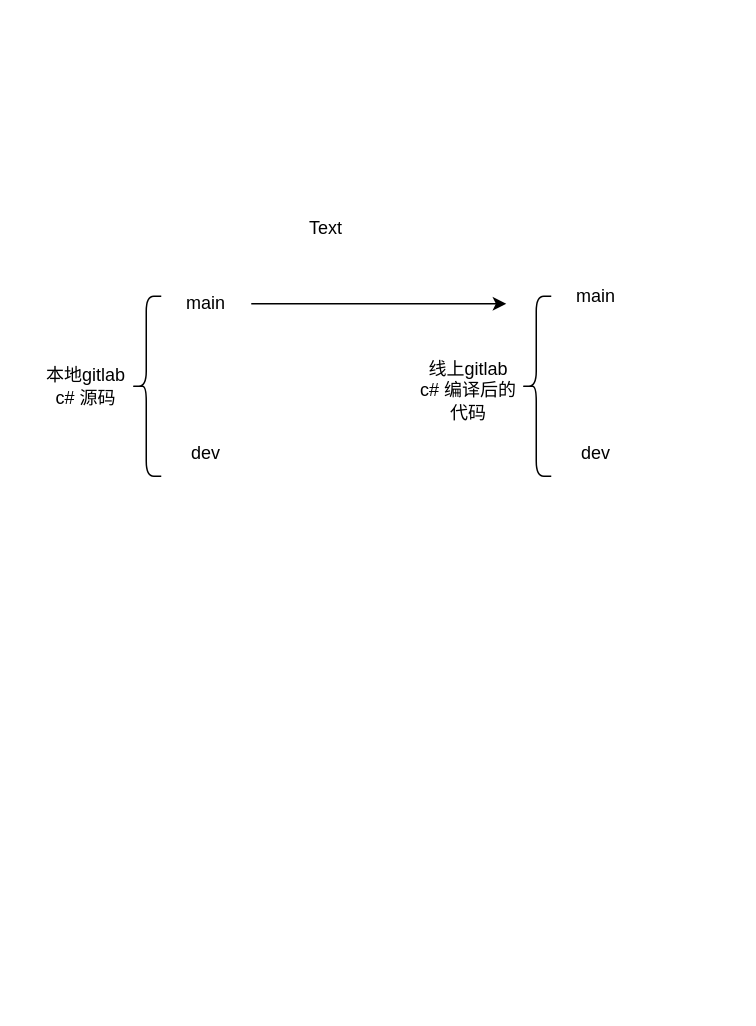
The draw.io diagram 勇士与冒险代码更新逻辑.drawio in aiopser/diagrams, before the edit. Source tidied: cells renumbered, new cells numbered last; positions are measured from the earlier drawing's top-left corner, leaving out a move shared by most shapes. Both pictures are drawn from the tidied source at 150%, with x=0, y=0 at pixel (40, 206).
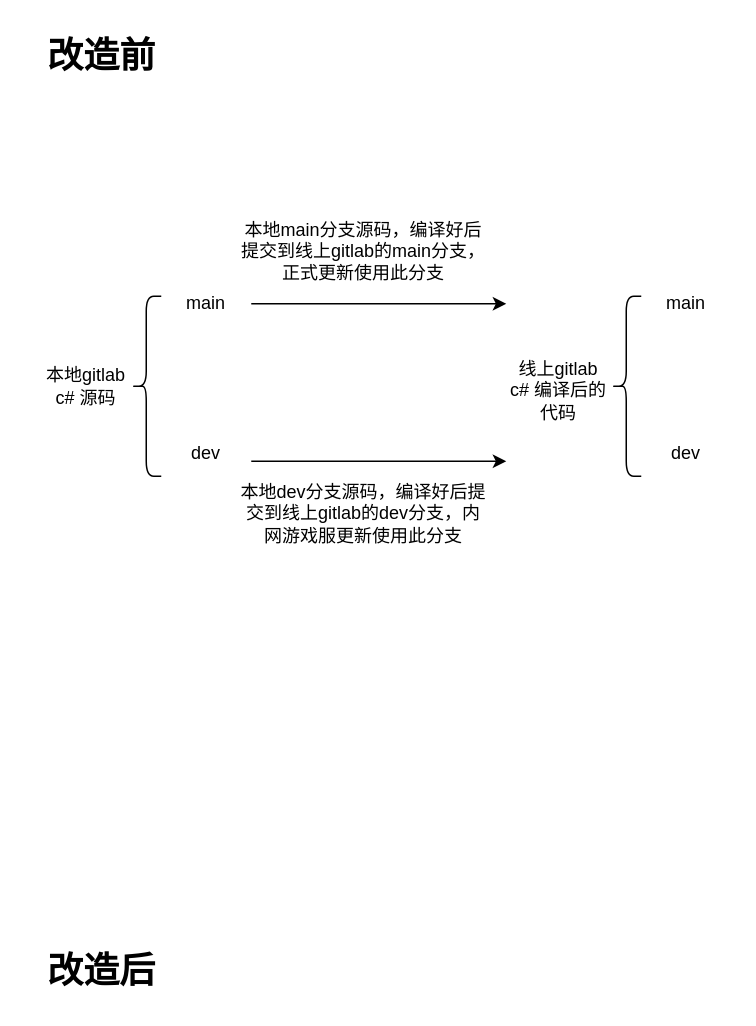
The same page after the edit.

Commit message (it also covers changes not shown here):
更新勇士与冒险代码更新逻辑.drawio

Change to the diagram source:
```diff
@@
 <mxGraphModel>
   <root>
     <mxCell id="0" />
     <mxCell id="1" parent="0" />
     <mxCell id="2" value="本地gitlab&lt;div&gt;c# 源码&lt;/div&gt;" style="text;html=1;align=center;verticalAlign=middle;whiteSpace=wrap;rounded=0;" parent="1" vertex="1">
       <mxGeometry y="105" width="60" height="30" as="geometry" />
     </mxCell>
     <mxCell id="3" style="shape=curlyBracket;whiteSpace=wrap;html=1;rounded=1;labelPosition=left;verticalLabelPosition=middle;align=right;verticalAlign=middle;" parent="1" vertex="1">
       <mxGeometry x="60" y="60" width="20" height="120" as="geometry" />
     </mxCell>
     <mxCell id="4" value="dev" style="text;html=1;align=center;verticalAlign=middle;whiteSpace=wrap;rounded=0;" parent="1" vertex="1">
       <mxGeometry x="80" y="150" width="60" height="30" as="geometry" />
     </mxCell>
     <mxCell id="5" value="main" style="text;html=1;align=center;verticalAlign=middle;whiteSpace=wrap;rounded=0;" parent="1" vertex="1">
       <mxGeometry x="80" y="50" width="60" height="30" as="geometry" />
     </mxCell>
     <mxCell id="6" style="endArrow=classic;html=1;rounded=0;exitX=1;exitY=0.5;exitDx=0;exitDy=0;" parent="1" edge="1" source="5">
       <mxGeometry relative="1" as="geometry">
         <mxPoint x="310" y="65" as="targetPoint" />
       </mxGeometry>
     </mxCell>
     <mxCell id="7" value="线上gitlab&lt;div&gt;c# 编译后的代码&lt;/div&gt;" style="text;html=1;align=center;verticalAlign=middle;whiteSpace=wrap;rounded=0;" parent="1" vertex="1">
-      <mxGeometry x="250" y="105" width="70" height="35" as="geometry" />
+      <mxGeometry x="310" y="105" width="70" height="35" as="geometry" />
     </mxCell>
     <mxCell id="8" style="shape=curlyBracket;whiteSpace=wrap;html=1;rounded=1;labelPosition=left;verticalLabelPosition=middle;align=right;verticalAlign=middle;" parent="1" vertex="1">
-      <mxGeometry x="320" y="60" width="20" height="120" as="geometry" />
+      <mxGeometry x="380" y="60" width="20" height="120" as="geometry" />
     </mxCell>
     <mxCell id="9" value="dev" style="text;html=1;align=center;verticalAlign=middle;whiteSpace=wrap;rounded=0;" parent="1" vertex="1">
-      <mxGeometry x="340" y="150" width="60" height="30" as="geometry" />
+      <mxGeometry x="400" y="150" width="60" height="30" as="geometry" />
     </mxCell>
     <mxCell id="10" value="main" style="text;html=1;align=center;verticalAlign=middle;whiteSpace=wrap;rounded=0;" parent="1" vertex="1">
-      <mxGeometry x="340" y="50" width="60" height="20" as="geometry" />
+      <mxGeometry x="400" y="55" width="60" height="20" as="geometry" />
     </mxCell>
-    <mxCell id="11" value="Text" style="text;html=1;align=center;verticalAlign=middle;whiteSpace=wrap;rounded=0;" parent="1" vertex="1">
-      <mxGeometry x="160" width="60" height="30" as="geometry" />
-    </mxCell>
+    <mxCell id="12" value="本地main分支源码，编译好后提交到线上gitlab的main分支，正式更新使用此分支" style="text;html=1;align=center;verticalAlign=middle;whiteSpace=wrap;rounded=0;" parent="1" vertex="1">
+      <mxGeometry x="130" width="170" height="60" as="geometry" />
+    </mxCell>
+    <mxCell id="13" style="endArrow=classic;html=1;rounded=0;exitX=1;exitY=0.5;exitDx=0;exitDy=0;" parent="1" edge="1">
+      <mxGeometry relative="1" as="geometry">
+        <mxPoint x="140" y="170" as="sourcePoint" />
+        <mxPoint x="310" y="170" as="targetPoint" />
+      </mxGeometry>
+    </mxCell>
+    <mxCell id="14" value="本地dev分支源码，编译好后提交到线上gitlab的dev分支，内网游戏服更新使用此分支" style="text;html=1;align=center;verticalAlign=middle;whiteSpace=wrap;rounded=0;" parent="1" vertex="1">
+      <mxGeometry x="130" y="180" width="170" height="50" as="geometry" />
+    </mxCell>
+    <mxCell id="15" value="改造前" style="text;strokeColor=none;fillColor=none;html=1;fontSize=24;fontStyle=1;verticalAlign=middle;align=center;" parent="1" vertex="1">
+      <mxGeometry x="-10" y="-120" width="100" height="40" as="geometry" />
+    </mxCell>
+    <mxCell id="16" value="改造后" style="text;strokeColor=none;fillColor=none;html=1;fontSize=24;fontStyle=1;verticalAlign=middle;align=center;" parent="1" vertex="1">
+      <mxGeometry x="-10" y="490" width="100" height="40" as="geometry" />
+    </mxCell>
   </root>
 </mxGraphModel>
```
